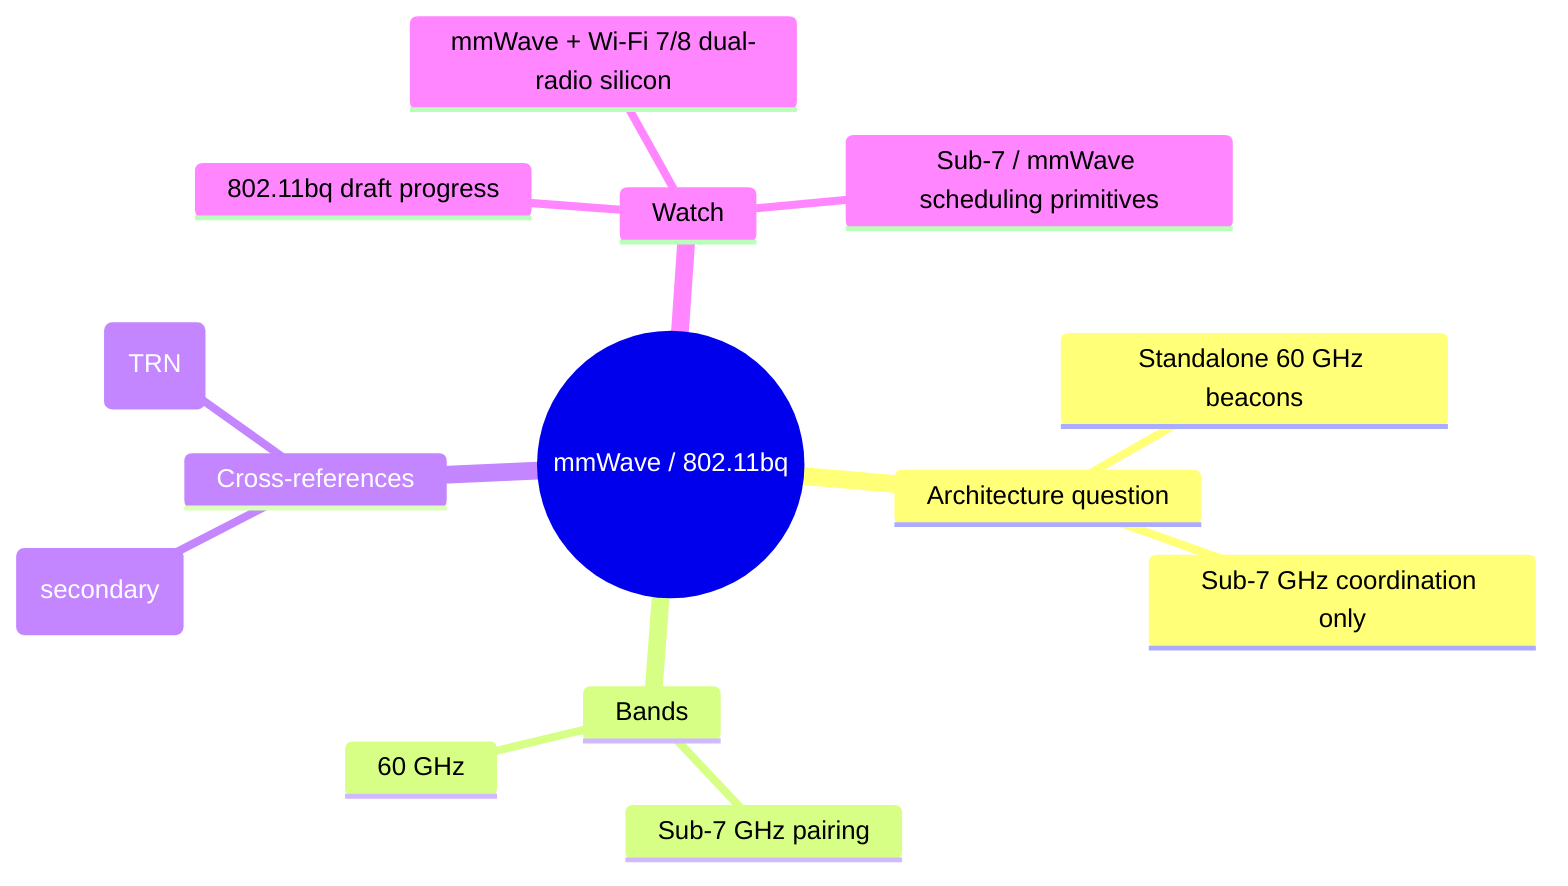
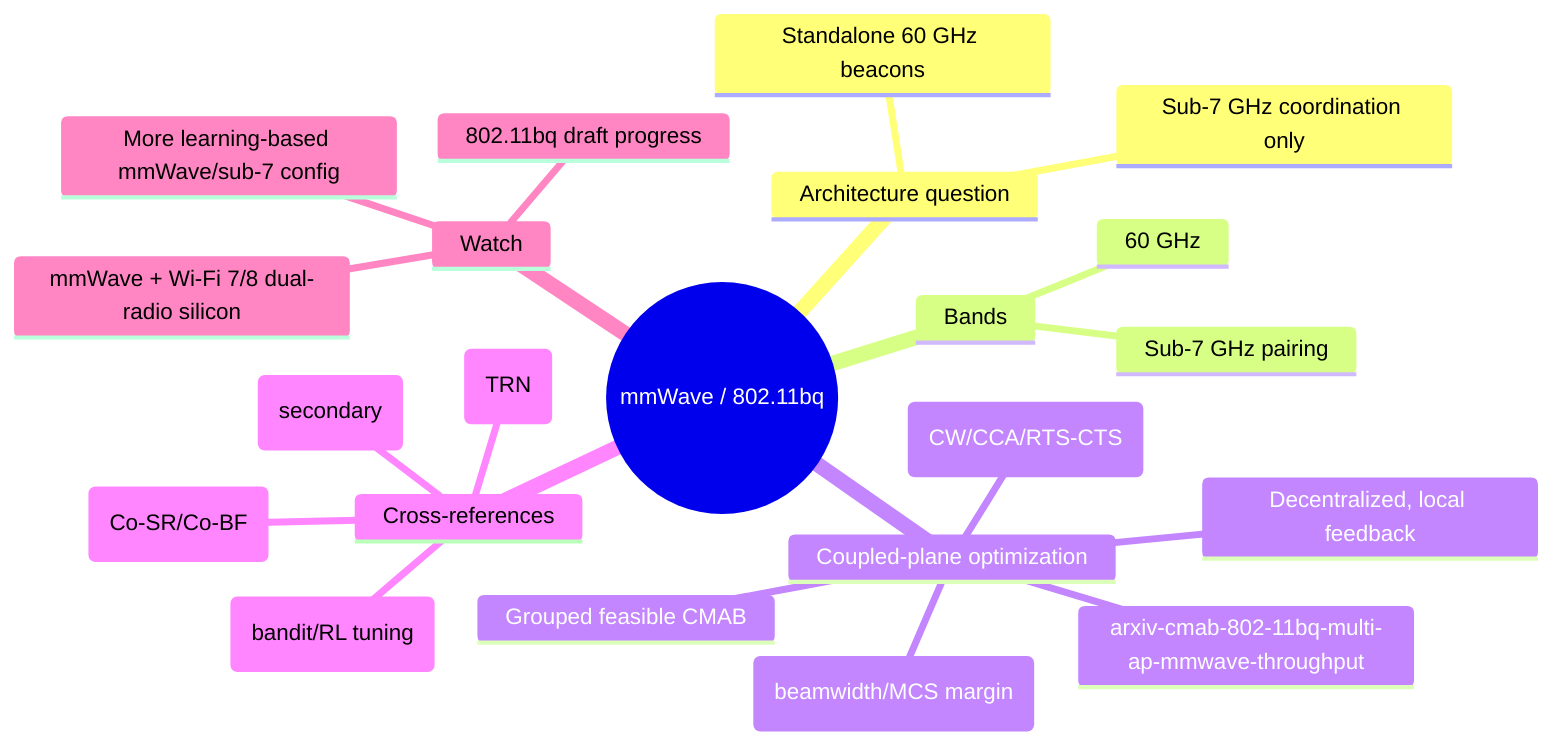
mindmap
  root((mmWave / 802.11bq))
    Architecture question
      Standalone 60 GHz beacons
      Sub-7 GHz coordination only
    Bands
      60 GHz
      Sub-7 GHz pairing
+     Coupled-plane optimization
+       Sub-7 GHz contention (CW/CCA/RTS-CTS)
+       mmWave delivery (beamwidth/MCS margin)
+       Grouped feasible CMAB
+       Decentralized, local feedback
+       arxiv-cmab-802-11bq-multi-ap-mmwave-throughput
    Cross-references
      Plenary readouts (secondary)
      Multiband passive sensing (TRN)
+       Links to mapc-cosr (Co-SR/Co-BF)
+       Links to ai-for-wifi (bandit/RL tuning)
    Watch
      802.11bq draft progress
      mmWave + Wi-Fi 7/8 dual-radio silicon
-       Sub-7 / mmWave scheduling primitives
+       More learning-based mmWave/sub-7 config
